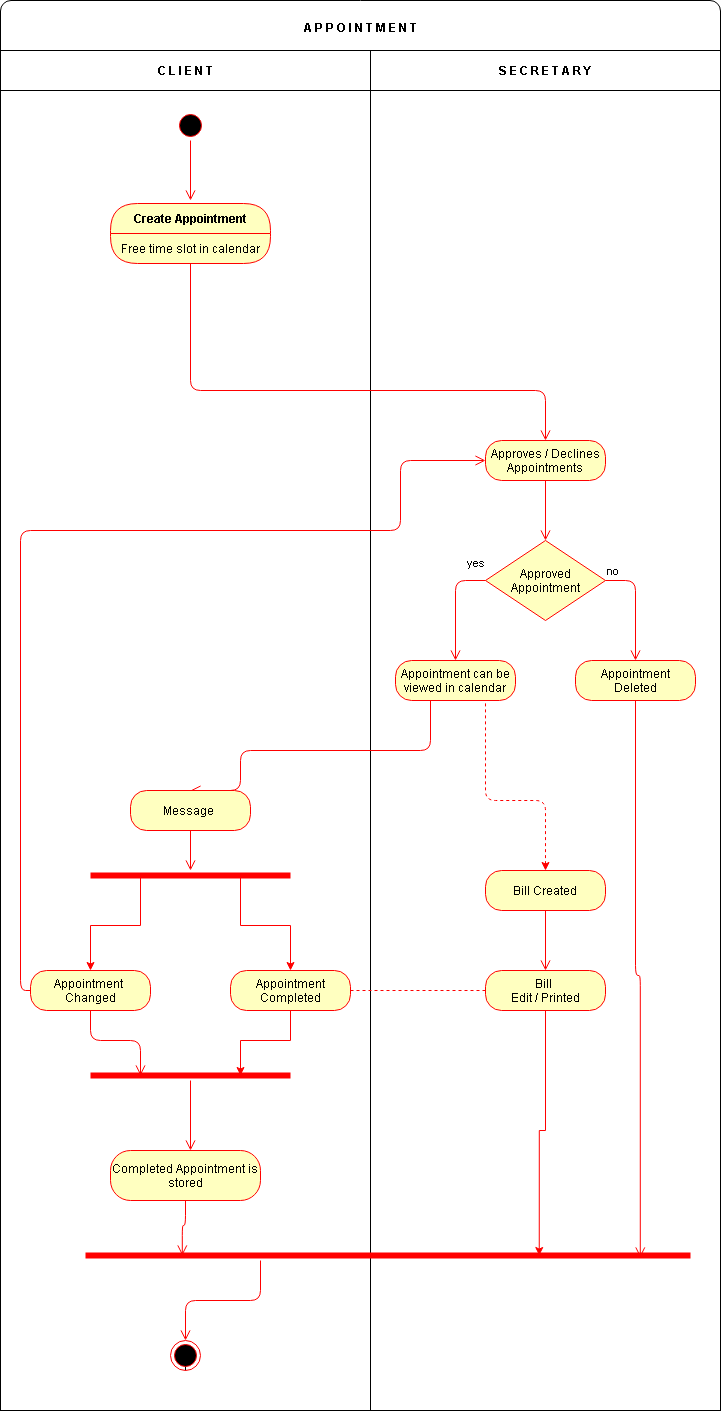
Before: Diagrams/Activity Diagrams/Booking Appointment.png, a diagram exported from draw.io (kkasharaj17/SE-project). Source tidied: cells renumbered, new cells last; positions are measured from the earlier drawing's top-left corner, leaving out a move shared by most shapes.
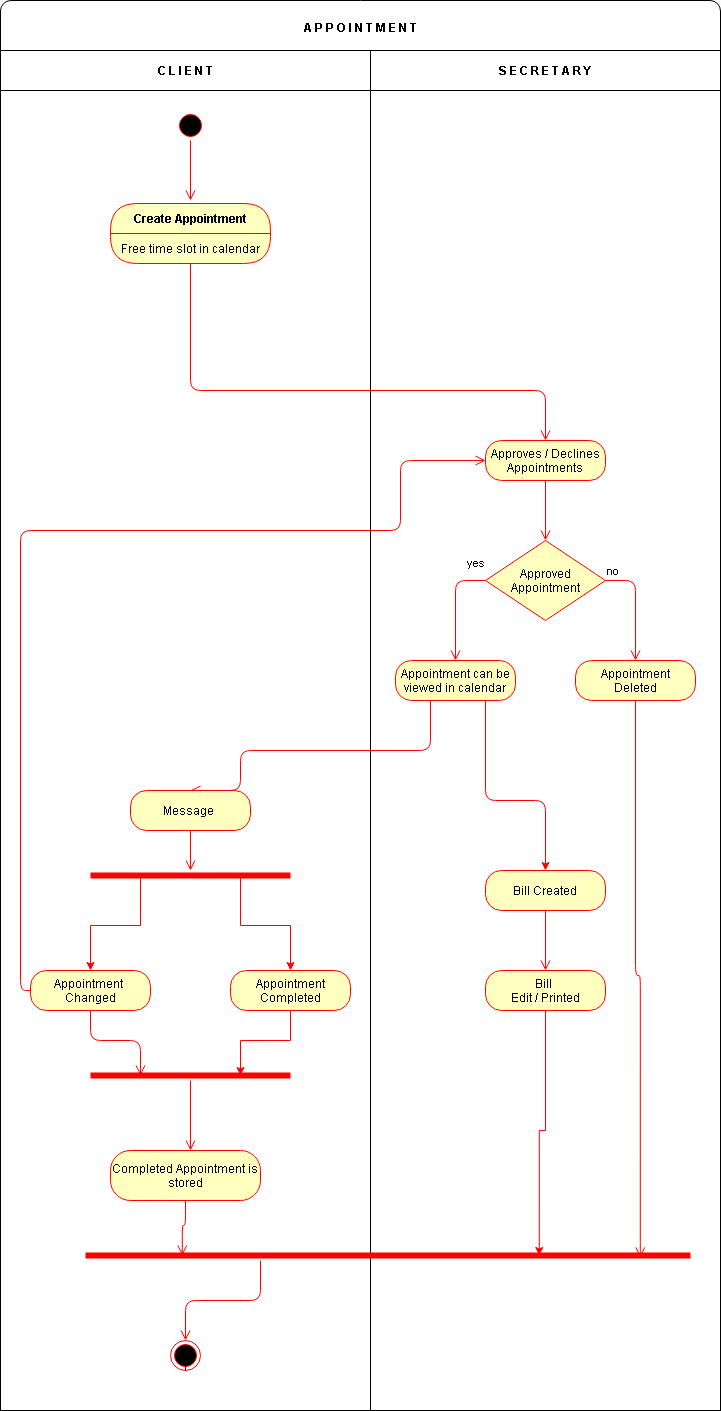
Later version of the same file.

What changed in the source:
```diff
@@ -128,9 +128,6 @@
     <mxCell id="33" style="edgeStyle=orthogonalEdgeStyle;html=1;verticalAlign=bottom;endArrow=open;endSize=8;strokeColor=#ff0000;entryX=0.25;entryY=0.5;entryDx=0;entryDy=0;entryPerimeter=0;" parent="1" edge="1" source="41" target="35">
       <mxGeometry relative="1" as="geometry" />
     </mxCell>
-    <mxCell id="34" style="endArrow=none;dashed=1;html=1;strokeColor=#FF0000;entryX=1;entryY=0.5;entryDx=0;entryDy=0;exitX=0;exitY=0.5;exitDx=0;exitDy=0;" parent="1" edge="1" source="29" target="32">
-      <mxGeometry relative="1" as="geometry" />
-    </mxCell>
     <mxCell id="35" style="shape=line;html=1;strokeWidth=6;strokeColor=#ff0000;" parent="1" vertex="1">
       <mxGeometry x="90" y="1070" width="200" height="10" as="geometry" />
     </mxCell>
@@ -156,7 +153,7 @@
     <mxCell id="41" value="Appointment&amp;nbsp;&lt;br&gt;Changed" style="rounded=1;whiteSpace=wrap;html=1;arcSize=40;fontColor=#000000;fillColor=#ffffc0;strokeColor=#ff0000;" parent="1" vertex="1">
       <mxGeometry x="30" y="970" width="120" height="40" as="geometry" />
     </mxCell>
-    <mxCell id="42" style="endArrow=none;dashed=1;html=1;strokeColor=#FF0000;entryX=0.75;entryY=1;entryDx=0;entryDy=0;exitX=0.5;exitY=0;exitDx=0;exitDy=0;startArrow=classic;startFill=1;" parent="1" edge="1" source="26" target="17">
+    <mxCell id="42" style="endArrow=none;html=1;strokeColor=#FF0000;entryX=0.75;entryY=1;entryDx=0;entryDy=0;exitX=0.5;exitY=0;exitDx=0;exitDy=0;startArrow=classic;startFill=1;" parent="1" edge="1" source="26" target="17">
       <mxGeometry relative="1" as="geometry">
         <Array as="points">
           <mxPoint x="545" y="800" />
```
